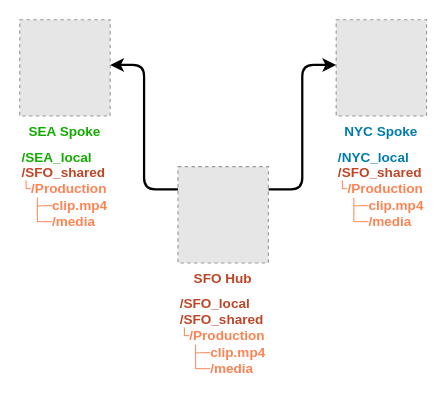
Before: images/shared-images/admin-guides/cloud-data-fabric/source-graphics/cloud-data-fabric-workflow-edge.drawio in Qumulo/docs, a draw.io diagram. Source tidied: cells renumbered, new cells numbered last; positions are measured from the earlier drawing's top-left corner, leaving out a move shared by most shapes. Both pictures are drawn from the tidied source at 113%, with x=0, y=0 at pixel (19, 19). Pictures stored in the file or linked from it are replaced by grey dashed boxes.
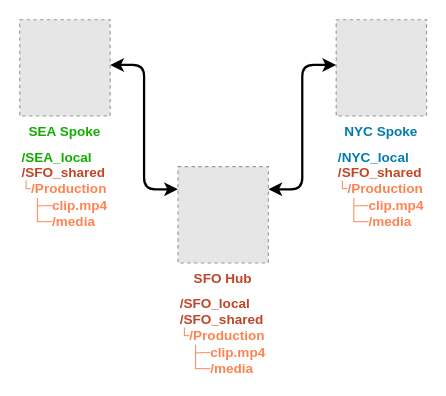
The same page after the edit.

Change to the diagram source:
```diff
@@
 <mxGraphModel>
   <root>
     <mxCell id="0" />
     <mxCell id="1" parent="0" />
     <mxCell id="2" value="SEA Spoke" style="fillColor=#E6E6E6;strokeColor=#999999;dashed=1;verticalLabelPosition=bottom;labelBackgroundColor=none;verticalAlign=top;fontStyle=1;fontColor=#12ac00;" parent="1" vertex="1">
       <mxGeometry width="80" height="85.2" as="geometry" />
     </mxCell>
     <mxCell id="3" value="NYC Spoke" style="fillColor=#E6E6E6;strokeColor=#999999;dashed=1;verticalLabelPosition=bottom;labelBackgroundColor=none;verticalAlign=top;fontStyle=1;fontColor=#007cac;" parent="1" vertex="1">
       <mxGeometry x="280" width="80" height="85.2" as="geometry" />
     </mxCell>
-    <mxCell id="4" style="endArrow=classic;html=1;rounded=1;strokeWidth=2;" parent="1" edge="1">
+    <mxCell id="4" style="endArrow=classic;html=1;rounded=1;strokeWidth=2;startArrow=classic;startFill=1;" parent="1" edge="1">
       <mxGeometry relative="1" as="geometry">
         <mxPoint x="140" y="150" as="sourcePoint" />
         <mxPoint x="80" y="40" as="targetPoint" />
         <Array as="points">
           <mxPoint x="110" y="150" />
           <mxPoint x="110" y="40" />
         </Array>
       </mxGeometry>
     </mxCell>
-    <mxCell id="5" style="endArrow=classic;html=1;rounded=1;strokeWidth=2;" parent="1" edge="1">
+    <mxCell id="5" style="endArrow=classic;html=1;rounded=1;strokeWidth=2;startArrow=classic;startFill=1;" parent="1" edge="1">
       <mxGeometry relative="1" as="geometry">
         <mxPoint x="220" y="150" as="sourcePoint" />
         <mxPoint x="280" y="40" as="targetPoint" />
         <Array as="points">
           <mxPoint x="250" y="150" />
           <mxPoint x="250" y="40" />
         </Array>
       </mxGeometry>
     </mxCell>
     <mxCell id="6" value="SFO Hub" style="fillColor=#E6E6E6;strokeColor=#999999;dashed=1;verticalLabelPosition=bottom;labelBackgroundColor=none;verticalAlign=top;fontStyle=1;fontColor=#bf4527;" parent="1" vertex="1">
       <mxGeometry x="140" y="130" width="80" height="85.2" as="geometry" />
     </mxCell>
     <mxCell id="7" value="&lt;font style=&quot;&quot; face=&quot;Ubuntu Mono&quot;&gt;&lt;font style=&quot;&quot; color=&quot;#bf4527&quot;&gt;/SFO_local&lt;br&gt;/SFO_shared&lt;/font&gt;&lt;br&gt;&lt;/font&gt;└/&lt;font style=&quot;font-size: 12px;&quot; face=&quot;Ubuntu Mono&quot;&gt;Production&lt;br&gt;&lt;/font&gt;&lt;span style=&quot;flex-shrink: 0; box-sizing: border-box; padding-left: 8px; margin-right: 8px; user-select: none; float: left; font-weight: 400; display: inline-block !important; min-width: calc(2ch + 16px) !important; padding-right: 8px !important;&quot; class=&quot;comment linenumber ds-line-number&quot;&gt;&lt;/span&gt;&lt;font style=&quot;font-size: 12px;&quot; face=&quot;Ubuntu Mono&quot;&gt;&lt;span style=&quot;font-weight: 400;&quot;&gt;&amp;nbsp; &amp;nbsp;&lt;/span&gt;&lt;span style=&quot;font-weight: normal;&quot;&gt;├─&lt;/span&gt;clip.mp4&lt;br&gt;&lt;/font&gt;&lt;span style=&quot;border-color: var(--border-color); font-family: &amp;quot;Ubuntu Mono&amp;quot;; font-weight: 400;&quot;&gt;&amp;nbsp; &amp;nbsp;└─&lt;/span&gt;&lt;span style=&quot;border-color: var(--border-color); font-family: &amp;quot;Ubuntu Mono&amp;quot;;&quot;&gt;/media&lt;/span&gt;&lt;font style=&quot;font-size: 12px;&quot; face=&quot;Ubuntu Mono&quot;&gt;&lt;span style=&quot;font-weight: 400;&quot;&gt;&lt;br&gt;&lt;/span&gt;&lt;/font&gt;" style="text;html=1;strokeColor=none;fillColor=none;align=left;verticalAlign=middle;whiteSpace=wrap;rounded=0;fontStyle=1;fontColor=#fe8353;labelBackgroundColor=none;" parent="1" vertex="1">
       <mxGeometry x="140" y="245" width="80" height="69" as="geometry" />
     </mxCell>
     <mxCell id="8" value="&lt;font style=&quot;font-size: 12px;&quot; face=&quot;Ubuntu Mono&quot;&gt;&lt;font color=&quot;#007cac&quot;&gt;/NYC_local&lt;br&gt;&lt;/font&gt;&lt;/font&gt;&lt;font style=&quot;border-color: var(--border-color);&quot; face=&quot;Ubuntu Mono&quot;&gt;&lt;font style=&quot;border-color: var(--border-color);&quot; color=&quot;#bf4527&quot;&gt;/SFO_shared&lt;/font&gt;&lt;br style=&quot;border-color: var(--border-color);&quot;&gt;&lt;/font&gt;└/&lt;font style=&quot;border-color: var(--border-color);&quot; face=&quot;Ubuntu Mono&quot;&gt;Production&lt;br style=&quot;border-color: var(--border-color);&quot;&gt;&lt;/font&gt;&lt;font style=&quot;border-color: var(--border-color);&quot; face=&quot;Ubuntu Mono&quot;&gt;&lt;span style=&quot;border-color: var(--border-color); font-weight: 400;&quot;&gt;&amp;nbsp; &amp;nbsp;&lt;/span&gt;&lt;span style=&quot;border-color: var(--border-color); font-weight: normal;&quot;&gt;├─&lt;/span&gt;clip.mp4&lt;br style=&quot;border-color: var(--border-color);&quot;&gt;&lt;/font&gt;&lt;span style=&quot;border-color: var(--border-color); font-family: &amp;quot;Ubuntu Mono&amp;quot;; font-weight: 400;&quot;&gt;&amp;nbsp; &amp;nbsp;└─&lt;/span&gt;&lt;span style=&quot;border-color: var(--border-color); font-family: &amp;quot;Ubuntu Mono&amp;quot;;&quot;&gt;/media&lt;/span&gt;&lt;font style=&quot;font-size: 12px;&quot; face=&quot;Ubuntu Mono&quot;&gt;&lt;span style=&quot;font-weight: 400;&quot;&gt;&lt;br&gt;&lt;/span&gt;&lt;/font&gt;" style="text;html=1;strokeColor=none;fillColor=none;align=left;verticalAlign=middle;whiteSpace=wrap;rounded=0;fontStyle=1;fontColor=#fe8353;labelBackgroundColor=none;" parent="1" vertex="1">
       <mxGeometry x="280" y="115" width="80" height="70" as="geometry" />
     </mxCell>
     <mxCell id="9" value="&lt;font style=&quot;font-size: 12px;&quot; face=&quot;Ubuntu Mono&quot;&gt;&lt;font color=&quot;#12ac00&quot;&gt;/SEA_local&lt;br&gt;&lt;/font&gt;&lt;/font&gt;&lt;font style=&quot;border-color: var(--border-color);&quot; face=&quot;Ubuntu Mono&quot;&gt;&lt;font style=&quot;border-color: var(--border-color);&quot; color=&quot;#bf4527&quot;&gt;/SFO_shared&lt;/font&gt;&lt;br style=&quot;border-color: var(--border-color);&quot;&gt;&lt;/font&gt;└/&lt;font style=&quot;border-color: var(--border-color);&quot; face=&quot;Ubuntu Mono&quot;&gt;Production&lt;br style=&quot;border-color: var(--border-color);&quot;&gt;&lt;/font&gt;&lt;font style=&quot;border-color: var(--border-color);&quot; face=&quot;Ubuntu Mono&quot;&gt;&lt;span style=&quot;border-color: var(--border-color); font-weight: 400;&quot;&gt;&amp;nbsp; &amp;nbsp;&lt;/span&gt;&lt;span style=&quot;border-color: var(--border-color); font-weight: normal;&quot;&gt;├─&lt;/span&gt;clip.mp4&lt;br style=&quot;border-color: var(--border-color);&quot;&gt;&lt;/font&gt;&lt;span style=&quot;border-color: var(--border-color); font-family: &amp;quot;Ubuntu Mono&amp;quot;; font-weight: 400;&quot;&gt;&amp;nbsp; &amp;nbsp;└─&lt;/span&gt;&lt;span style=&quot;border-color: var(--border-color); font-family: &amp;quot;Ubuntu Mono&amp;quot;;&quot;&gt;/media&lt;/span&gt;&lt;font style=&quot;font-size: 12px;&quot; face=&quot;Ubuntu Mono&quot;&gt;&lt;span style=&quot;font-weight: 400;&quot;&gt;&lt;br&gt;&lt;/span&gt;&lt;/font&gt;" style="text;html=1;strokeColor=none;fillColor=none;align=left;verticalAlign=middle;whiteSpace=wrap;rounded=0;fontStyle=1;fontColor=#fe8353;labelBackgroundColor=none;" parent="1" vertex="1">
       <mxGeometry y="115" width="80" height="70" as="geometry" />
     </mxCell>
   </root>
 </mxGraphModel>
```
